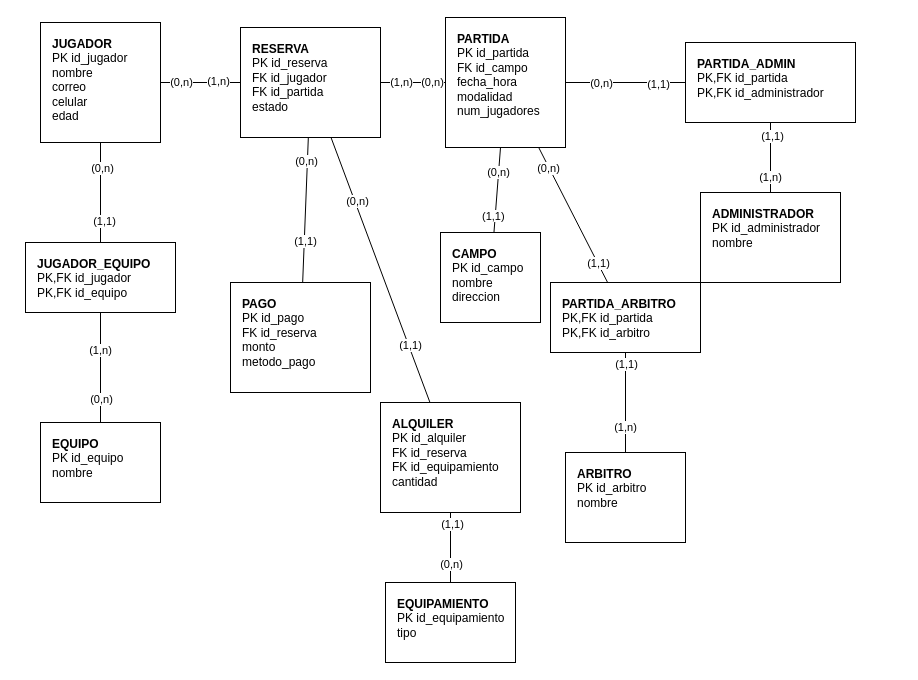
Ritatrcr/AREM-Taller_2_Modelo_Informacion keeps this draw.io diagram as entrega/ERD.drawio. Above is the earlier version. Source tidied: cells renumbered, new cells numbered last; positions are measured from the earlier drawing's top-left corner, leaving out a move shared by most shapes. Both pictures are drawn from the tidied source at 100%, with x=0, y=0 at pixel (25, 17).
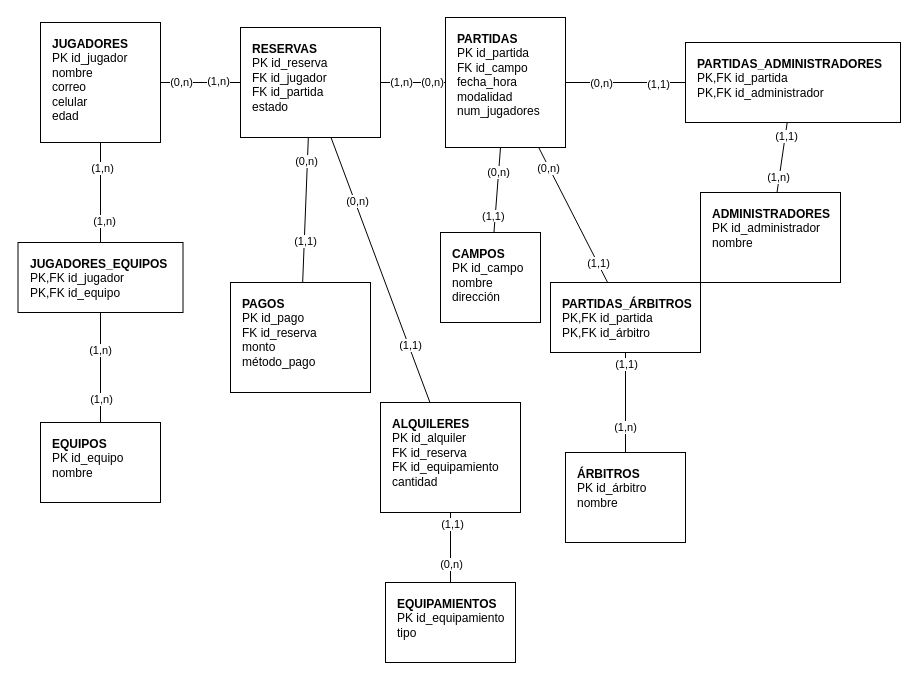
Above is the later version.

Unchanged cells that the change refers to:
```xml
<mxCell id="31" style="endArrow=none;startArrow=none;html=1;strokeWidth=1;" parent="1" edge="1" source="2" target="9">
  <mxGeometry relative="1" as="geometry" />
</mxCell>
<mxCell id="34" style="endArrow=none;startArrow=none;html=1;strokeWidth=1;" parent="1" edge="1" source="8" target="9">
  <mxGeometry relative="1" as="geometry" />
</mxCell>
```

Diff of the diagram source:
```diff
@@
-    <mxCell id="2" value="&lt;b&gt;JUGADOR&lt;/b&gt;&lt;br/&gt;PK id_jugador&lt;br/&gt;nombre&lt;br/&gt;correo&lt;br/&gt;celular&lt;br/&gt;edad" style="rounded=0;whiteSpace=wrap;html=1;align=left;verticalAlign=top;spacingLeft=10;spacingTop=8;strokeColor=#000000;fillColor=#ffffff;strokeWidth=1;" parent="1" vertex="1">
+    <mxCell id="2" value="&lt;b&gt;JUGADORES&lt;/b&gt;&lt;br&gt;PK id_jugador&lt;br&gt;nombre&lt;br&gt;correo&lt;br&gt;celular&lt;br&gt;edad" style="rounded=0;whiteSpace=wrap;html=1;align=left;verticalAlign=top;spacingLeft=10;spacingTop=8;strokeColor=#000000;fillColor=#ffffff;strokeWidth=1;" parent="1" vertex="1">
       <mxGeometry x="15" y="5" width="120" height="120" as="geometry" />
     </mxCell>
-    <mxCell id="3" value="&lt;b&gt;PARTIDA&lt;/b&gt;&lt;br/&gt;PK id_partida&lt;br/&gt;FK id_campo&lt;br/&gt;fecha_hora&lt;br/&gt;modalidad&lt;br/&gt;num_jugadores" style="rounded=0;whiteSpace=wrap;html=1;align=left;verticalAlign=top;spacingLeft=10;spacingTop=8;strokeColor=#000000;fillColor=#ffffff;strokeWidth=1;" parent="1" vertex="1">
+    <mxCell id="3" value="&lt;b&gt;PARTIDAS&lt;/b&gt;&lt;br&gt;PK id_partida&lt;br&gt;FK id_campo&lt;br&gt;fecha_hora&lt;br&gt;modalidad&lt;br&gt;num_jugadores" style="rounded=0;whiteSpace=wrap;html=1;align=left;verticalAlign=top;spacingLeft=10;spacingTop=8;strokeColor=#000000;fillColor=#ffffff;strokeWidth=1;" parent="1" vertex="1">
       <mxGeometry x="420" width="120" height="130" as="geometry" />
     </mxCell>
-    <mxCell id="4" value="&lt;b&gt;CAMPO&lt;/b&gt;&lt;br/&gt;PK id_campo&lt;br/&gt;nombre&lt;br/&gt;direccion" style="rounded=0;whiteSpace=wrap;html=1;align=left;verticalAlign=top;spacingLeft=10;spacingTop=8;strokeColor=#000000;fillColor=#ffffff;strokeWidth=1;" parent="1" vertex="1">
+    <mxCell id="4" value="&lt;b&gt;CAMPOS&lt;/b&gt;&lt;br&gt;PK id_campo&lt;br&gt;nombre&lt;br&gt;dirección" style="rounded=0;whiteSpace=wrap;html=1;align=left;verticalAlign=top;spacingLeft=10;spacingTop=8;strokeColor=#000000;fillColor=#ffffff;strokeWidth=1;" parent="1" vertex="1">
       <mxGeometry x="415" y="215" width="100" height="90" as="geometry" />
     </mxCell>
-    <mxCell id="5" value="&lt;b&gt;RESERVA&lt;/b&gt;&lt;br/&gt;PK id_reserva&lt;br/&gt;FK id_jugador&lt;br/&gt;FK id_partida&lt;br/&gt;estado" style="rounded=0;whiteSpace=wrap;html=1;align=left;verticalAlign=top;spacingLeft=10;spacingTop=8;strokeColor=#000000;fillColor=#ffffff;strokeWidth=1;" parent="1" vertex="1">
+    <mxCell id="5" value="&lt;b&gt;RESERVAS&lt;/b&gt;&lt;br&gt;PK id_reserva&lt;br&gt;FK id_jugador&lt;br&gt;FK id_partida&lt;br&gt;estado" style="rounded=0;whiteSpace=wrap;html=1;align=left;verticalAlign=top;spacingLeft=10;spacingTop=8;strokeColor=#000000;fillColor=#ffffff;strokeWidth=1;" parent="1" vertex="1">
       <mxGeometry x="215" y="10" width="140" height="110" as="geometry" />
     </mxCell>
-    <mxCell id="6" value="&lt;b&gt;PAGO&lt;/b&gt;&lt;br/&gt;PK id_pago&lt;br/&gt;FK id_reserva&lt;br/&gt;monto&lt;br/&gt;metodo_pago" style="rounded=0;whiteSpace=wrap;html=1;align=left;verticalAlign=top;spacingLeft=10;spacingTop=8;strokeColor=#000000;fillColor=#ffffff;strokeWidth=1;" parent="1" vertex="1">
+    <mxCell id="6" value="&lt;b&gt;PAGOS&lt;/b&gt;&lt;br&gt;PK id_pago&lt;br&gt;FK id_reserva&lt;br&gt;monto&lt;br&gt;método_pago" style="rounded=0;whiteSpace=wrap;html=1;align=left;verticalAlign=top;spacingLeft=10;spacingTop=8;strokeColor=#000000;fillColor=#ffffff;strokeWidth=1;" parent="1" vertex="1">
       <mxGeometry x="205" y="265" width="140" height="110" as="geometry" />
     </mxCell>
-    <mxCell id="7" value="&lt;b&gt;EQUIPAMIENTO&lt;/b&gt;&lt;br/&gt;PK id_equipamiento&lt;br/&gt;tipo" style="rounded=0;whiteSpace=wrap;html=1;align=left;verticalAlign=top;spacingLeft=10;spacingTop=8;strokeColor=#000000;fillColor=#ffffff;strokeWidth=1;" parent="1" vertex="1">
+    <mxCell id="7" value="&lt;b&gt;EQUIPAMIENTOS&lt;/b&gt;&lt;br&gt;PK id_equipamiento&lt;br&gt;tipo" style="rounded=0;whiteSpace=wrap;html=1;align=left;verticalAlign=top;spacingLeft=10;spacingTop=8;strokeColor=#000000;fillColor=#ffffff;strokeWidth=1;" parent="1" vertex="1">
       <mxGeometry x="360" y="565" width="130" height="80" as="geometry" />
     </mxCell>
-    <mxCell id="8" value="&lt;b&gt;EQUIPO&lt;/b&gt;&lt;br/&gt;PK id_equipo&lt;br/&gt;nombre" style="rounded=0;whiteSpace=wrap;html=1;align=left;verticalAlign=top;spacingLeft=10;spacingTop=8;strokeColor=#000000;fillColor=#ffffff;strokeWidth=1;" parent="1" vertex="1">
+    <mxCell id="8" value="&lt;b&gt;EQUIPOS&lt;/b&gt;&lt;br&gt;PK id_equipo&lt;br&gt;nombre" style="rounded=0;whiteSpace=wrap;html=1;align=left;verticalAlign=top;spacingLeft=10;spacingTop=8;strokeColor=#000000;fillColor=#ffffff;strokeWidth=1;" parent="1" vertex="1">
       <mxGeometry x="15" y="405" width="120" height="80" as="geometry" />
     </mxCell>
-    <mxCell id="9" value="&lt;b&gt;JUGADOR_EQUIPO&lt;/b&gt;&lt;br/&gt;PK,FK id_jugador&lt;br/&gt;PK,FK id_equipo" style="rounded=0;whiteSpace=wrap;html=1;align=left;verticalAlign=top;spacingLeft=10;spacingTop=8;strokeColor=#000000;fillColor=#ffffff;strokeWidth=1;" parent="1" vertex="1">
-      <mxGeometry y="225" width="150" height="70" as="geometry" />
+    <mxCell id="9" value="&lt;b&gt;JUGADORES_EQUIPOS&lt;/b&gt;&lt;br&gt;PK,FK id_jugador&lt;br&gt;PK,FK id_equipo" style="rounded=0;whiteSpace=wrap;html=1;align=left;verticalAlign=top;spacingLeft=10;spacingTop=8;strokeColor=#000000;fillColor=#ffffff;strokeWidth=1;" parent="1" vertex="1">
+      <mxGeometry x="-7.5" y="225" width="165" height="70" as="geometry" />
     </mxCell>
-    <mxCell id="10" value="&lt;b&gt;ADMINISTRADOR&lt;/b&gt;&lt;br/&gt;PK id_administrador&lt;br/&gt;nombre" style="rounded=0;whiteSpace=wrap;html=1;align=left;verticalAlign=top;spacingLeft=10;spacingTop=8;strokeColor=#000000;fillColor=#ffffff;strokeWidth=1;" parent="1" vertex="1">
+    <mxCell id="10" value="&lt;b&gt;ADMINISTRADORES&lt;/b&gt;&lt;br&gt;PK id_administrador&lt;br&gt;nombre" style="rounded=0;whiteSpace=wrap;html=1;align=left;verticalAlign=top;spacingLeft=10;spacingTop=8;strokeColor=#000000;fillColor=#ffffff;strokeWidth=1;" parent="1" vertex="1">
       <mxGeometry x="675" y="175" width="140" height="90" as="geometry" />
     </mxCell>
-    <mxCell id="11" value="&lt;b&gt;PARTIDA_ADMIN&lt;/b&gt;&lt;br/&gt;PK,FK id_partida&lt;br/&gt;PK,FK id_administrador" style="rounded=0;whiteSpace=wrap;html=1;align=left;verticalAlign=top;spacingLeft=10;spacingTop=8;strokeColor=#000000;fillColor=#ffffff;strokeWidth=1;" parent="1" vertex="1">
-      <mxGeometry x="660" y="25" width="170" height="80" as="geometry" />
+    <mxCell id="11" value="&lt;b&gt;PARTIDAS_ADMINISTRADORES&lt;/b&gt;&lt;br&gt;PK,FK id_partida&lt;br&gt;PK,FK id_administrador" style="rounded=0;whiteSpace=wrap;html=1;align=left;verticalAlign=top;spacingLeft=10;spacingTop=8;strokeColor=#000000;fillColor=#ffffff;strokeWidth=1;" parent="1" vertex="1">
+      <mxGeometry x="660" y="25" width="215" height="80" as="geometry" />
     </mxCell>
-    <mxCell id="12" value="&lt;b&gt;ARBITRO&lt;/b&gt;&lt;br/&gt;PK id_arbitro&lt;br/&gt;nombre" style="rounded=0;whiteSpace=wrap;html=1;align=left;verticalAlign=top;spacingLeft=10;spacingTop=8;strokeColor=#000000;fillColor=#ffffff;strokeWidth=1;" parent="1" vertex="1">
+    <mxCell id="12" value="&lt;b&gt;ÁRBITROS&lt;/b&gt;&lt;br&gt;PK id_árbitro&lt;br&gt;nombre" style="rounded=0;whiteSpace=wrap;html=1;align=left;verticalAlign=top;spacingLeft=10;spacingTop=8;strokeColor=#000000;fillColor=#ffffff;strokeWidth=1;" parent="1" vertex="1">
       <mxGeometry x="540" y="435" width="120" height="90" as="geometry" />
     </mxCell>
-    <mxCell id="13" value="&lt;b&gt;PARTIDA_ARBITRO&lt;/b&gt;&lt;br/&gt;PK,FK id_partida&lt;br/&gt;PK,FK id_arbitro" style="rounded=0;whiteSpace=wrap;html=1;align=left;verticalAlign=top;spacingLeft=10;spacingTop=8;strokeColor=#000000;fillColor=#ffffff;strokeWidth=1;" parent="1" vertex="1">
+    <mxCell id="13" value="&lt;b&gt;PARTIDAS_ÁRBITROS&lt;/b&gt;&lt;br&gt;PK,FK id_partida&lt;br&gt;PK,FK id_árbitro" style="rounded=0;whiteSpace=wrap;html=1;align=left;verticalAlign=top;spacingLeft=10;spacingTop=8;strokeColor=#000000;fillColor=#ffffff;strokeWidth=1;" parent="1" vertex="1">
       <mxGeometry x="525" y="265" width="150" height="70" as="geometry" />
     </mxCell>
-    <mxCell id="14" value="&lt;b&gt;ALQUILER&lt;/b&gt;&lt;br/&gt;PK id_alquiler&lt;br/&gt;FK id_reserva&lt;br/&gt;FK id_equipamiento&lt;br/&gt;cantidad" style="rounded=0;whiteSpace=wrap;html=1;align=left;verticalAlign=top;spacingLeft=10;spacingTop=8;strokeColor=#000000;fillColor=#ffffff;strokeWidth=1;" parent="1" vertex="1">
+    <mxCell id="14" value="&lt;b&gt;ALQUILERES&lt;/b&gt;&lt;br&gt;PK id_alquiler&lt;br&gt;FK id_reserva&lt;br&gt;FK id_equipamiento&lt;br&gt;cantidad" style="rounded=0;whiteSpace=wrap;html=1;align=left;verticalAlign=top;spacingLeft=10;spacingTop=8;strokeColor=#000000;fillColor=#ffffff;strokeWidth=1;" parent="1" vertex="1">
       <mxGeometry x="355" y="385" width="140" height="110" as="geometry" />
     </mxCell>
@@
-    <mxCell id="32" value="(0,n)" style="edgeLabel;html=1;align=center;verticalAlign=middle;" parent="31" vertex="1">
+    <mxCell id="32" value="(1,n)" style="edgeLabel;html=1;align=center;verticalAlign=middle;" parent="31" vertex="1">
       <mxGeometry x="-0.51" y="1" relative="1" as="geometry" />
     </mxCell>
-    <mxCell id="33" value="(1,1)" style="edgeLabel;html=1;align=center;verticalAlign=middle;" parent="31" vertex="1">
+    <mxCell id="33" value="(1,n)" style="edgeLabel;html=1;align=center;verticalAlign=middle;" parent="31" vertex="1">
       <mxGeometry x="0.55" y="3" relative="1" as="geometry" />
     </mxCell>
@@
-    <mxCell id="36" value="(0,n)" style="edgeLabel;html=1;align=center;verticalAlign=middle;" parent="34" vertex="1">
+    <mxCell id="36" value="(1,n)" style="edgeLabel;html=1;align=center;verticalAlign=middle;" parent="34" vertex="1">
       <mxGeometry x="-0.57" relative="1" as="geometry" />
     </mxCell>
```
